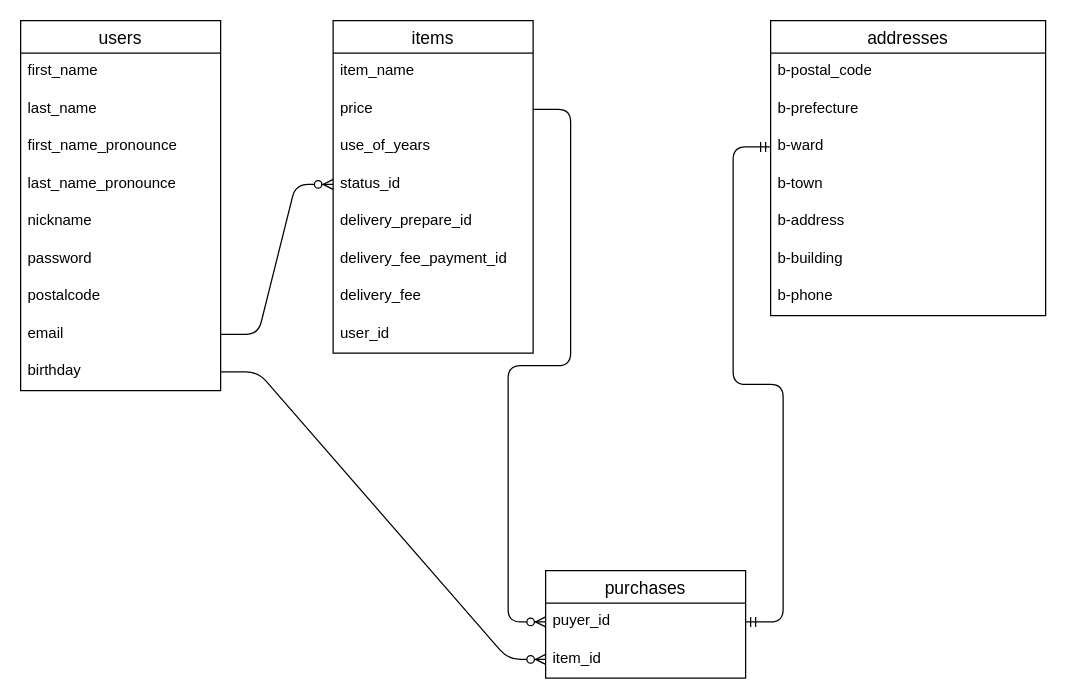
Earlier version of the draw.io diagram er.dio (takuo-maeda/furima-32844). Source tidied: cells renumbered, new cells numbered last; positions are measured from the earlier drawing's top-left corner, leaving out a move shared by most shapes. Both pictures are drawn from the tidied source at 125%, with x=0, y=0 at pixel (20, 20).
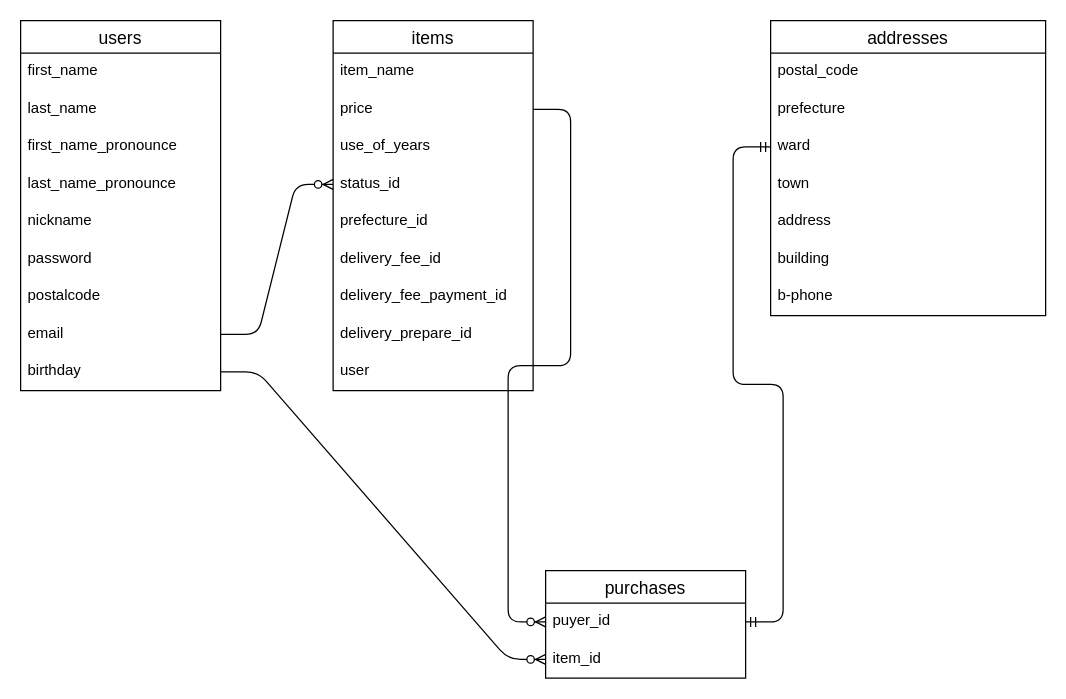
After the change.

Unchanged cells that the change refers to:
```xml
<mxCell id="21" value="addresses" style="swimlane;fontStyle=0;horizontal=1;startSize=26;align=center;fontSize=14;" parent="1" vertex="1">
  <mxGeometry x="600" width="220" height="236" as="geometry" />
</mxCell>
```

What changed in the source:
```diff
@@
     <mxCell id="12" value="items" style="swimlane;fontStyle=0;horizontal=1;startSize=26;align=center;fontSize=14;" parent="1" vertex="1">
-      <mxGeometry x="250" width="160" height="266" as="geometry" />
+      <mxGeometry x="250" width="160" height="296" as="geometry" />
     </mxCell>
@@
+    <mxCell id="36" value="prefecture_id" style="text;strokeColor=none;fillColor=none;spacingLeft=4;spacingRight=4;overflow=hidden;fontSize=12;" parent="12" vertex="1">
+      <mxGeometry y="146" width="160" height="30" as="geometry" />
+    </mxCell>
+    <mxCell id="19" value="delivery_fee_id" style="text;strokeColor=none;fillColor=none;spacingLeft=4;spacingRight=4;overflow=hidden;fontSize=12;" parent="12" vertex="1">
+      <mxGeometry y="176" width="160" height="30" as="geometry" />
+    </mxCell>
+    <mxCell id="18" value="delivery_fee_payment_id" style="text;strokeColor=none;fillColor=none;spacingLeft=4;spacingRight=4;overflow=hidden;fontSize=12;" parent="12" vertex="1">
+      <mxGeometry y="206" width="160" height="30" as="geometry" />
+    </mxCell>
     <mxCell id="17" value="delivery_prepare_id" style="text;strokeColor=none;fillColor=none;spacingLeft=4;spacingRight=4;overflow=hidden;fontSize=12;" parent="12" vertex="1">
-      <mxGeometry y="146" width="160" height="30" as="geometry" />
+      <mxGeometry y="236" width="160" height="30" as="geometry" />
     </mxCell>
-    <mxCell id="18" value="delivery_fee_payment_id" style="text;strokeColor=none;fillColor=none;spacingLeft=4;spacingRight=4;overflow=hidden;fontSize=12;" parent="12" vertex="1">
-      <mxGeometry y="176" width="160" height="30" as="geometry" />
-    </mxCell>
-    <mxCell id="19" value="delivery_fee" style="text;strokeColor=none;fillColor=none;spacingLeft=4;spacingRight=4;overflow=hidden;fontSize=12;" parent="12" vertex="1">
-      <mxGeometry y="206" width="160" height="30" as="geometry" />
-    </mxCell>
-    <mxCell id="20" value="user_id" style="text;strokeColor=none;fillColor=none;spacingLeft=4;spacingRight=4;overflow=hidden;fontSize=12;" parent="12" vertex="1">
-      <mxGeometry y="236" width="160" height="30" as="geometry" />
+    <mxCell id="20" value="user" style="text;strokeColor=none;fillColor=none;spacingLeft=4;spacingRight=4;overflow=hidden;fontSize=12;" parent="12" vertex="1">
+      <mxGeometry y="266" width="160" height="30" as="geometry" />
     </mxCell>
@@
-    <mxCell id="22" value="b-postal_code" style="text;strokeColor=none;fillColor=none;spacingLeft=4;spacingRight=4;overflow=hidden;fontSize=12;" parent="21" vertex="1">
+    <mxCell id="22" value="postal_code" style="text;strokeColor=none;fillColor=none;spacingLeft=4;spacingRight=4;overflow=hidden;fontSize=12;" parent="21" vertex="1">
       <mxGeometry y="26" width="220" height="30" as="geometry" />
     </mxCell>
-    <mxCell id="23" value="b-prefecture" style="text;strokeColor=none;fillColor=none;spacingLeft=4;spacingRight=4;overflow=hidden;fontSize=12;" parent="21" vertex="1">
+    <mxCell id="23" value="prefecture" style="text;strokeColor=none;fillColor=none;spacingLeft=4;spacingRight=4;overflow=hidden;fontSize=12;" parent="21" vertex="1">
       <mxGeometry y="56" width="220" height="30" as="geometry" />
     </mxCell>
-    <mxCell id="24" value="b-ward" style="text;strokeColor=none;fillColor=none;spacingLeft=4;spacingRight=4;overflow=hidden;points=[[0,0.5],[1,0.5]];portConstraint=eastwest;fontSize=12;" parent="21" vertex="1">
+    <mxCell id="24" value="ward" style="text;strokeColor=none;fillColor=none;spacingLeft=4;spacingRight=4;overflow=hidden;points=[[0,0.5],[1,0.5]];portConstraint=eastwest;fontSize=12;" parent="21" vertex="1">
       <mxGeometry y="86" width="220" height="30" as="geometry" />
     </mxCell>
-    <mxCell id="25" value="b-town" style="text;strokeColor=none;fillColor=none;spacingLeft=4;spacingRight=4;overflow=hidden;fontSize=12;" parent="21" vertex="1">
+    <mxCell id="25" value="town" style="text;strokeColor=none;fillColor=none;spacingLeft=4;spacingRight=4;overflow=hidden;fontSize=12;" parent="21" vertex="1">
       <mxGeometry y="116" width="220" height="30" as="geometry" />
     </mxCell>
-    <mxCell id="26" value="b-address" style="text;strokeColor=none;fillColor=none;spacingLeft=4;spacingRight=4;overflow=hidden;fontSize=12;" parent="21" vertex="1">
+    <mxCell id="26" value="address" style="text;strokeColor=none;fillColor=none;spacingLeft=4;spacingRight=4;overflow=hidden;fontSize=12;" parent="21" vertex="1">
       <mxGeometry y="146" width="220" height="30" as="geometry" />
     </mxCell>
-    <mxCell id="27" value="b-building" style="text;strokeColor=none;fillColor=none;spacingLeft=4;spacingRight=4;overflow=hidden;fontSize=12;" parent="21" vertex="1">
+    <mxCell id="27" value="building" style="text;strokeColor=none;fillColor=none;spacingLeft=4;spacingRight=4;overflow=hidden;fontSize=12;" parent="21" vertex="1">
       <mxGeometry y="176" width="220" height="30" as="geometry" />
     </mxCell>
```
